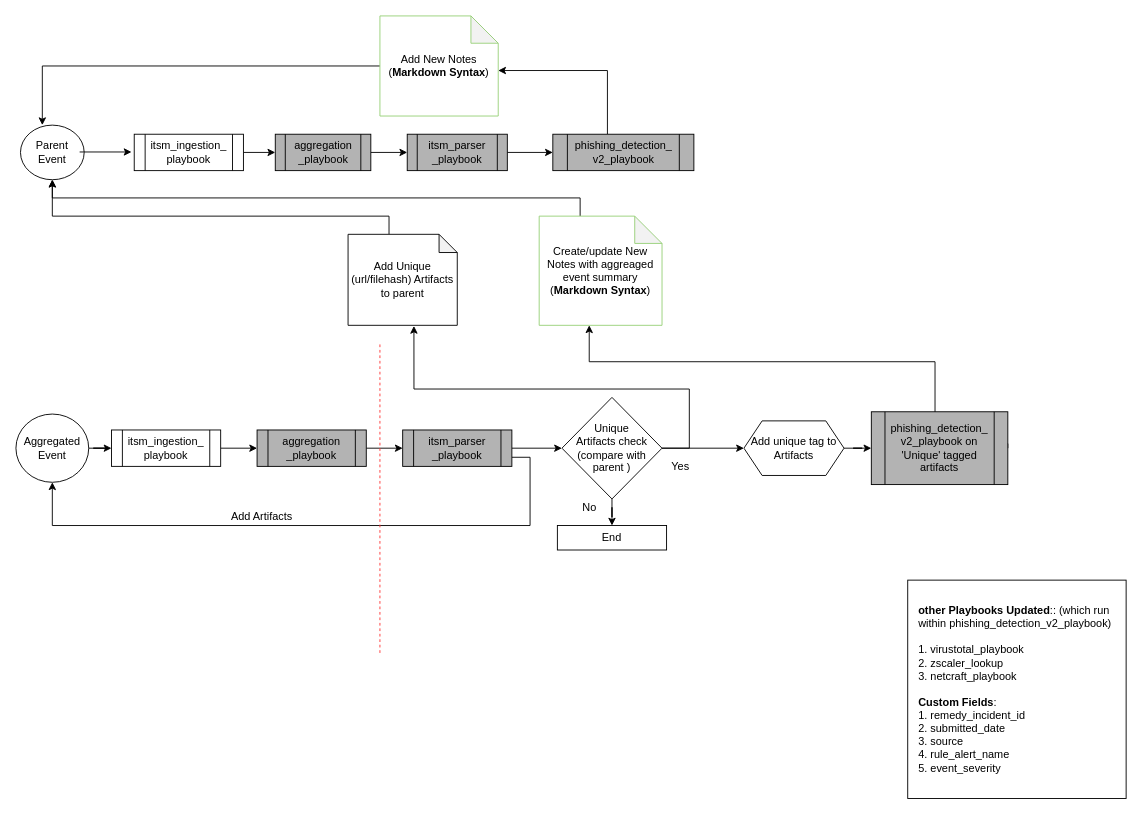
Earlier version of the draw.io diagram page "Aggregation Summary" (1 of 2) of Untitled Diagram.drawio (abhiramsatti/testrepo). Source tidied: cells renumbered, new cells numbered last; positions are measured from the earlier drawing's top-left corner, leaving out a move shared by most shapes. Both pictures are drawn from the tidied source at 91%, with x=0, y=0 at pixel (15, 15).
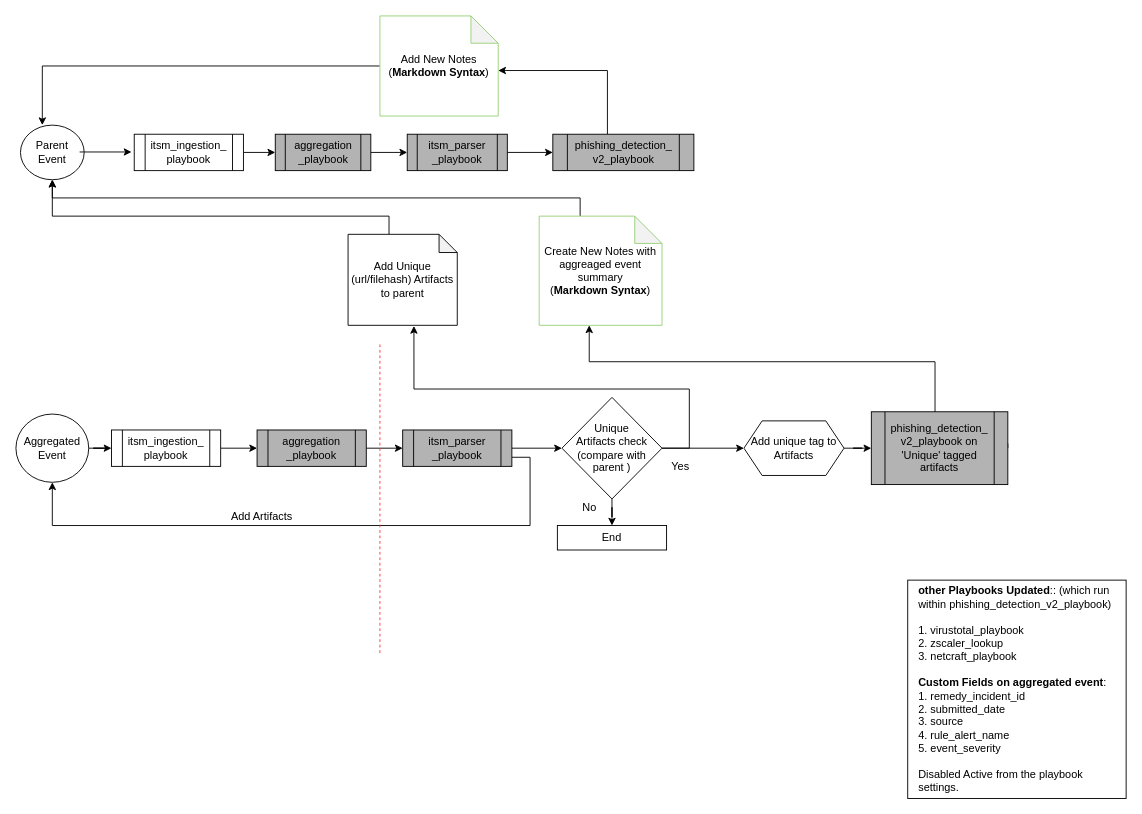
Above is the later version.

The edit, as a diff of the source:
```diff
@@
-    <mxCell id="24" value="Create/update New Notes with aggreaged event summary&lt;br&gt;(&lt;b&gt;Markdown Syntax&lt;/b&gt;)" style="shape=note;whiteSpace=wrap;html=1;backgroundOutline=1;darkOpacity=0.05;fillColor=#FFFFFF;strokeColor=#97D077;" parent="1" vertex="1">
+    <mxCell id="24" value="Create New Notes with aggreaged event summary&lt;br&gt;(&lt;b&gt;Markdown Syntax&lt;/b&gt;)" style="shape=note;whiteSpace=wrap;html=1;backgroundOutline=1;darkOpacity=0.05;fillColor=#FFFFFF;strokeColor=#97D077;" parent="1" vertex="1">
       <mxGeometry x="575" y="220" width="135" height="120" as="geometry" />
     </mxCell>
@@
-    <mxCell id="39" value="&lt;b&gt;other Playbooks Updated&lt;/b&gt;:: (which run within phishing_detection_v2_playbook)&lt;br&gt;&lt;br&gt;1. virustotal_playbook&lt;br&gt;2. zscaler_lookup&lt;br&gt;3. netcraft_playbook&lt;br&gt;&lt;br&gt;&lt;b&gt;Custom Fields&lt;/b&gt;:&lt;br&gt;1. remedy_incident_id&lt;br&gt;2. submitted_date&lt;br&gt;3. source&lt;br&gt;4. rule_alert_name&lt;br&gt;5. event_severity" style="whiteSpace=wrap;html=1;align=left;spacingTop=0;spacingLeft=10;" parent="1" vertex="1">
+    <mxCell id="39" value="&lt;b&gt;other Playbooks Updated&lt;/b&gt;:: (which run within phishing_detection_v2_playbook)&lt;br&gt;&lt;br&gt;1. virustotal_playbook&lt;br&gt;2. zscaler_lookup&lt;br&gt;3. netcraft_playbook&lt;br&gt;&lt;br&gt;&lt;b&gt;Custom Fields on aggregated event&lt;/b&gt;:&lt;br&gt;1. remedy_incident_id&lt;br&gt;2. submitted_date&lt;br&gt;3. source&lt;br&gt;4. rule_alert_name&lt;br&gt;5. event_severity&lt;br&gt;&lt;br&gt;Disabled Active from the playbook settings." style="whiteSpace=wrap;html=1;align=left;spacingTop=0;spacingLeft=10;" parent="1" vertex="1">
       <mxGeometry x="980" y="620" width="240" height="240" as="geometry" />
     </mxCell>
```
